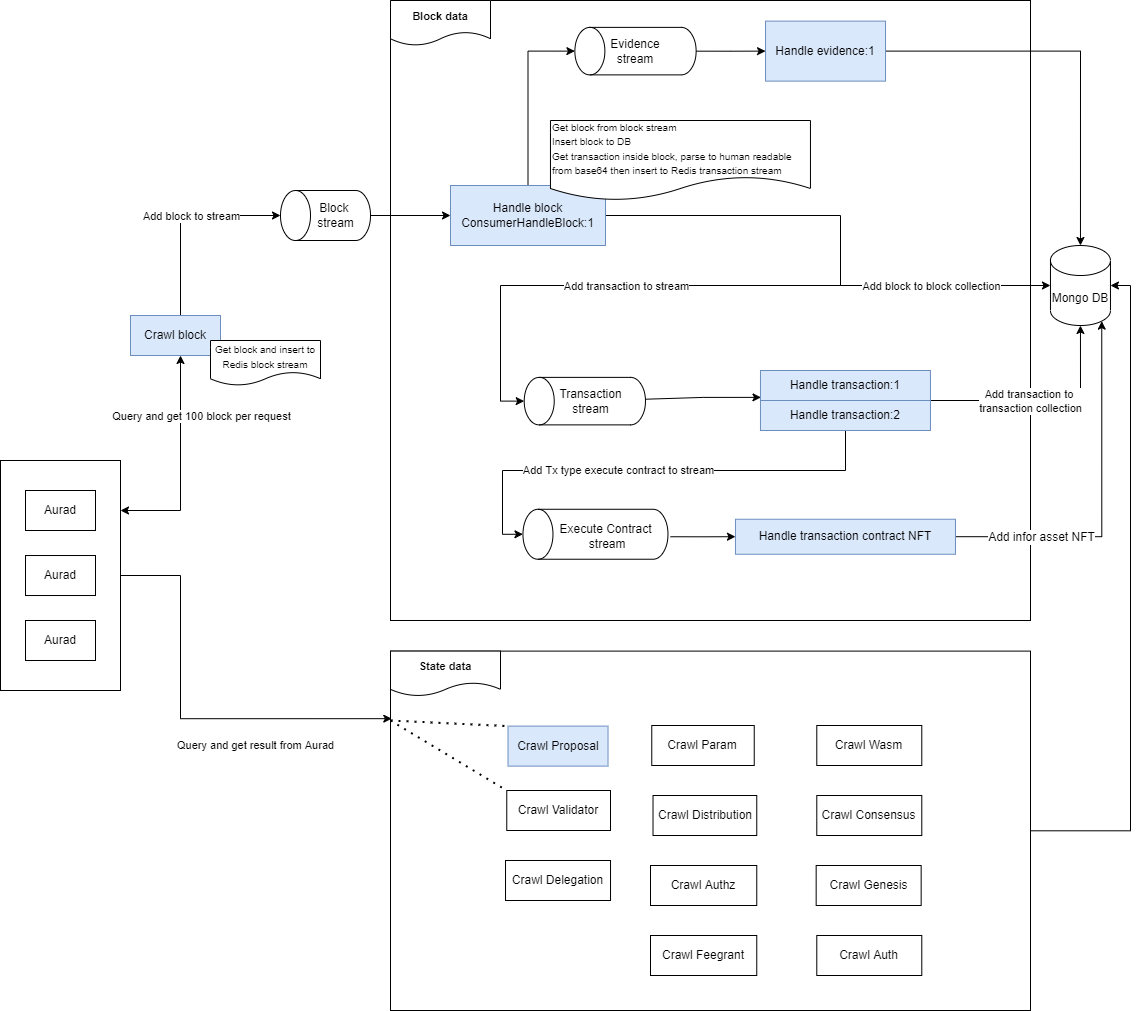
Earlier version of the draw.io export docs/images/mainflow-crawl.png (aura-nw/horoscope). Source tidied: cells renumbered, new cells last; positions are measured from the earlier drawing's top-left corner, leaving out a move shared by most shapes.
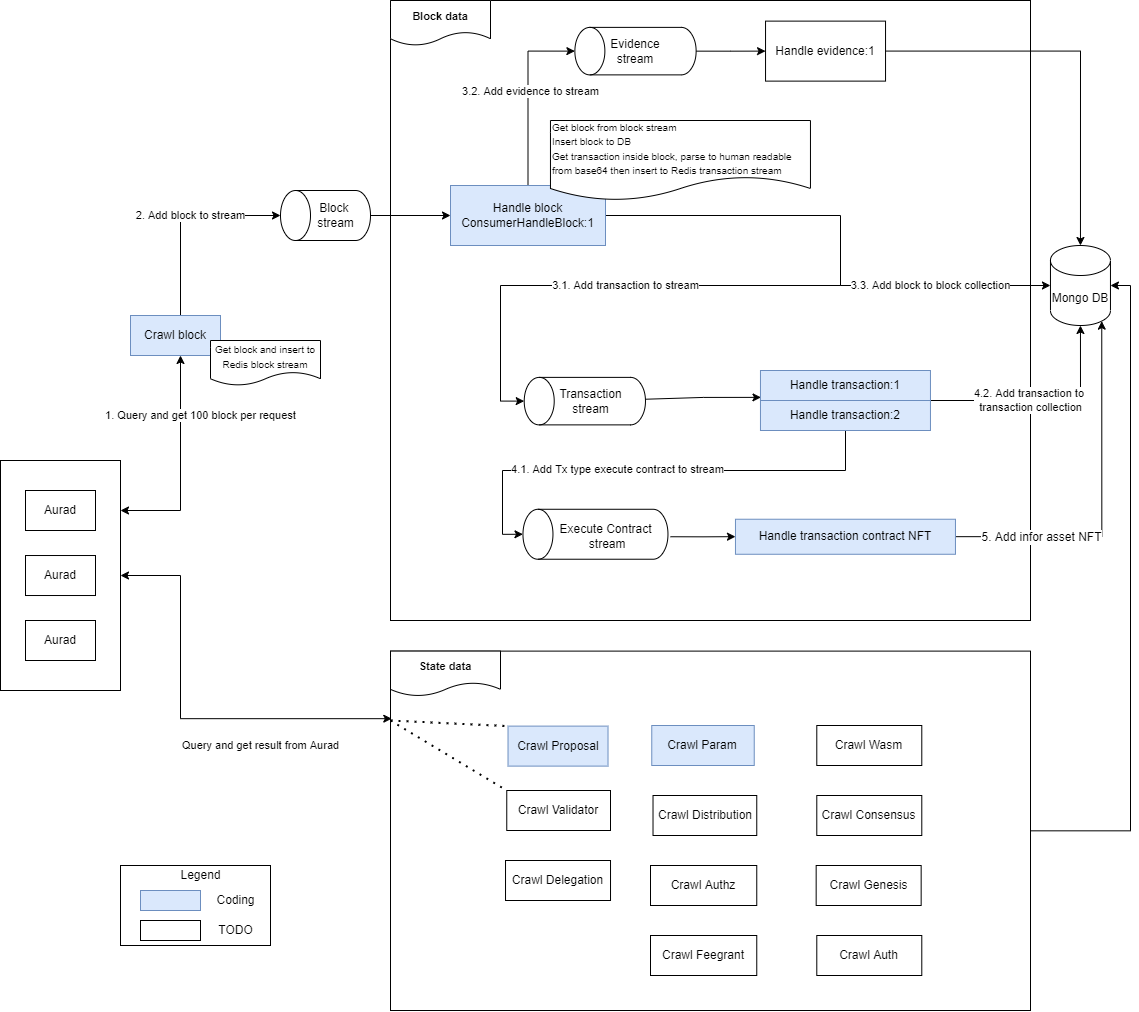
The same file after the commit.

Change to the diagram source:
```diff
@@ -15,12 +15,12 @@
         </Array>
       </mxGeometry>
     </mxCell>
-    <mxCell id="5" value="Query and get 100 block per request" style="edgeLabel;html=1;align=center;verticalAlign=middle;fontSize=11;" parent="4" vertex="1">
+    <mxCell id="5" value="1. Query and get 100 block per request" style="edgeLabel;html=1;align=center;verticalAlign=middle;fontSize=11;" parent="4" vertex="1">
       <mxGeometry x="0.43" y="-2" relative="1" as="geometry">
         <mxPoint x="18" y="-1" as="offset" />
       </mxGeometry>
     </mxCell>
-    <mxCell id="6" style="edgeStyle=orthogonalEdgeStyle;rounded=0;jettySize=auto;html=1;entryX=0.002;entryY=0.188;entryDx=0;entryDy=0;entryPerimeter=0;" parent="1" edge="1" source="7" target="3">
+    <mxCell id="6" style="edgeStyle=orthogonalEdgeStyle;rounded=0;jettySize=auto;html=1;entryX=0.002;entryY=0.188;entryDx=0;entryDy=0;entryPerimeter=0;startArrow=classic;startFill=1;" parent="1" edge="1" source="7" target="3">
       <mxGeometry relative="1" as="geometry">
         <Array as="points">
           <mxPoint x="180" y="585" />
@@ -44,7 +44,7 @@
         </Array>
       </mxGeometry>
     </mxCell>
-    <mxCell id="11" value="Add block to stream" style="edgeLabel;html=1;align=center;verticalAlign=middle;" parent="10" vertex="1">
+    <mxCell id="11" value="2. Add block to stream" style="edgeLabel;html=1;align=center;verticalAlign=middle;" parent="10" vertex="1">
       <mxGeometry x="-0.07" y="1" relative="1" as="geometry">
         <mxPoint x="11" y="-7" as="offset" />
       </mxGeometry>
@@ -66,7 +66,7 @@
         </Array>
       </mxGeometry>
     </mxCell>
-    <mxCell id="16" value="Add block to block collection" style="edgeLabel;html=1;align=center;verticalAlign=middle;" parent="15" vertex="1">
+    <mxCell id="16" value="3.3. Add block to block collection" style="edgeLabel;html=1;align=center;verticalAlign=middle;" parent="15" vertex="1">
       <mxGeometry x="-0.43" relative="1" as="geometry">
         <mxPoint x="179" y="70" as="offset" />
       </mxGeometry>
@@ -82,7 +82,7 @@
         </Array>
       </mxGeometry>
     </mxCell>
-    <mxCell id="18" value="Add transaction to stream" style="edgeLabel;html=1;align=center;verticalAlign=middle;" parent="17" vertex="1">
+    <mxCell id="18" value="3.1. Add transaction to stream" style="edgeLabel;html=1;align=center;verticalAlign=middle;" parent="17" vertex="1">
       <mxGeometry x="0.21" y="2" relative="1" as="geometry">
         <mxPoint x="49" y="-2" as="offset" />
       </mxGeometry>
@@ -90,6 +90,11 @@
     <mxCell id="19" style="edgeStyle=orthogonalEdgeStyle;rounded=0;jettySize=auto;html=1;entryX=0.5;entryY=0;entryDx=0;entryDy=0;entryPerimeter=0;" parent="1" edge="1" source="20" target="55">
       <mxGeometry relative="1" as="geometry" />
     </mxCell>
+    <mxCell id="63" value="3.2. Add evidence to stream" style="edgeLabel;html=1;align=center;verticalAlign=middle;" parent="19" vertex="1">
+      <mxGeometry x="0.11" y="-2" relative="1" as="geometry">
+        <mxPoint y="6" as="offset" />
+      </mxGeometry>
+    </mxCell>
     <mxCell id="20" value="Handle block&lt;br&gt;ConsumerHandleBlock:1" style="whiteSpace=wrap;html=1;fillColor=#dae8fc;strokeColor=#6c8ebf;" parent="1" vertex="1">
       <mxGeometry x="450" y="195" width="155" height="60" as="geometry" />
     </mxCell>
@@ -122,7 +127,7 @@
         </Array>
       </mxGeometry>
     </mxCell>
-    <mxCell id="28" value="Add transaction to &lt;br&gt;transaction collection" style="edgeLabel;html=1;align=center;verticalAlign=middle;" parent="27" vertex="1">
+    <mxCell id="28" value="4.2. Add transaction to &lt;br&gt;transaction collection" style="edgeLabel;html=1;align=center;verticalAlign=middle;" parent="27" vertex="1">
       <mxGeometry x="0.85" y="-2" relative="1" as="geometry">
         <mxPoint x="-52" y="58" as="offset" />
       </mxGeometry>
@@ -136,7 +141,7 @@
         </Array>
       </mxGeometry>
     </mxCell>
-    <mxCell id="30" value="Add Tx type execute contract to stream" style="edgeLabel;html=1;align=center;verticalAlign=middle;" parent="29" vertex="1">
+    <mxCell id="30" value="4.1. Add Tx type execute contract to stream" style="edgeLabel;html=1;align=center;verticalAlign=middle;" parent="29" vertex="1">
       <mxGeometry x="0.15" y="-1" relative="1" as="geometry" />
     </mxCell>
     <mxCell id="31" value="Handle transaction:2" style="whiteSpace=wrap;html=1;fillColor=#dae8fc;strokeColor=#6c8ebf;" parent="1" vertex="1">
@@ -162,7 +167,7 @@
     <mxCell id="37" style="edgeStyle=orthogonalEdgeStyle;rounded=0;jettySize=auto;html=1;entryX=0.855;entryY=1;entryDx=0;entryDy=-4.35;entryPerimeter=0;fontSize=12;startArrow=none;startFill=0;" parent="1" edge="1" source="39" target="21">
       <mxGeometry relative="1" as="geometry" />
     </mxCell>
-    <mxCell id="38" value="Add infor asset NFT" style="edgeLabel;html=1;align=center;verticalAlign=middle;fontSize=12;" parent="37" vertex="1">
+    <mxCell id="38" value="5. Add infor asset NFT" style="edgeLabel;html=1;align=center;verticalAlign=middle;fontSize=12;" parent="37" vertex="1">
       <mxGeometry x="-0.09" y="-1" relative="1" as="geometry">
         <mxPoint x="-62" y="18" as="offset" />
       </mxGeometry>
@@ -198,7 +203,7 @@
         <mxPoint x="390" y="730" as="sourcePoint" />
       </mxGeometry>
     </mxCell>
-    <mxCell id="48" value="&lt;font style=&quot;font-size: 12px;&quot;&gt;Crawl Param&lt;br&gt;&lt;/font&gt;" style="whiteSpace=wrap;html=1;fontSize=10;" parent="1" vertex="1">
+    <mxCell id="48" value="&lt;font style=&quot;font-size: 12px;&quot;&gt;Crawl Param&lt;br&gt;&lt;/font&gt;" style="whiteSpace=wrap;html=1;fontSize=10;fillColor=#dae8fc;strokeColor=#6c8ebf;" parent="1" vertex="1">
       <mxGeometry x="651.3" y="735" width="102.5" height="40" as="geometry" />
     </mxCell>
     <mxCell id="49" value="&lt;font style=&quot;font-size: 12px;&quot;&gt;Crawl Distribution&lt;br&gt;&lt;/font&gt;" style="whiteSpace=wrap;html=1;fontSize=10;" parent="1" vertex="1">
@@ -213,7 +218,7 @@
     <mxCell id="52" style="edgeStyle=orthogonalEdgeStyle;rounded=0;jettySize=auto;html=1;entryX=0.5;entryY=0;entryDx=0;entryDy=0;entryPerimeter=0;" parent="1" edge="1" source="53" target="21">
       <mxGeometry relative="1" as="geometry" />
     </mxCell>
-    <mxCell id="53" value="Handle evidence:1" style="whiteSpace=wrap;html=1;fillColor=#dae8fc;strokeColor=#6c8ebf;" parent="1" vertex="1">
+    <mxCell id="53" value="Handle evidence:1" style="whiteSpace=wrap;html=1;" parent="1" vertex="1">
       <mxGeometry x="765" y="30.6" width="120" height="60" as="geometry" />
     </mxCell>
     <mxCell id="54" style="edgeStyle=orthogonalEdgeStyle;rounded=0;jettySize=auto;html=1;entryX=0;entryY=0.5;entryDx=0;entryDy=0;" parent="1" edge="1" source="55" target="53">
@@ -241,7 +246,25 @@
       <mxGeometry x="815.7" y="875" width="105" height="40" as="geometry" />
     </mxCell>
     <mxCell id="62" value="&lt;span style=&quot;color: rgb(0, 0, 0); font-family: Helvetica; font-size: 11px; font-style: normal; font-variant-ligatures: normal; font-variant-caps: normal; font-weight: 400; letter-spacing: normal; orphans: 2; text-align: center; text-indent: 0px; text-transform: none; widows: 2; word-spacing: 0px; -webkit-text-stroke-width: 0px; background-color: rgb(255, 255, 255); text-decoration-thickness: initial; text-decoration-style: initial; text-decoration-color: initial; float: none; display: inline !important;&quot;&gt;Query and get result from Aurad&lt;/span&gt;" style="text;whiteSpace=wrap;html=1;" parent="1" vertex="1">
-      <mxGeometry x="175" y="740.6" width="180" height="30" as="geometry" />
+      <mxGeometry x="180" y="740.6" width="180" height="30" as="geometry" />
     </mxCell>
+    <mxCell id="64" style="rounded=0;whiteSpace=wrap;html=1;" parent="1" vertex="1">
+      <mxGeometry x="120" y="875" width="150" height="80" as="geometry" />
+    </mxCell>
+    <mxCell id="65" value="Coding" style="text;html=1;align=center;verticalAlign=middle;strokeColor=none;fillColor=none;" parent="1" vertex="1">
+      <mxGeometry x="210" y="900" width="50" height="20" as="geometry" />
+    </mxCell>
+    <mxCell id="66" style="rounded=0;whiteSpace=wrap;html=1;fillColor=#dae8fc;strokeColor=#6c8ebf;" parent="1" vertex="1">
+      <mxGeometry x="140" y="900" width="60" height="20" as="geometry" />
+    </mxCell>
+    <mxCell id="67" style="rounded=0;whiteSpace=wrap;html=1;" parent="1" vertex="1">
+      <mxGeometry x="140" y="930" width="60" height="20" as="geometry" />
+    </mxCell>
+    <mxCell id="68" value="TODO" style="text;html=1;align=center;verticalAlign=middle;strokeColor=none;fillColor=none;" parent="1" vertex="1">
+      <mxGeometry x="210" y="930" width="50" height="20" as="geometry" />
+    </mxCell>
+    <mxCell id="69" value="Legend" style="text;html=1;align=center;verticalAlign=middle;strokeColor=none;fillColor=none;" parent="1" vertex="1">
+      <mxGeometry x="170" y="875" width="60" height="20" as="geometry" />
+    </mxCell>
   </root>
 </mxGraphModel>
```
